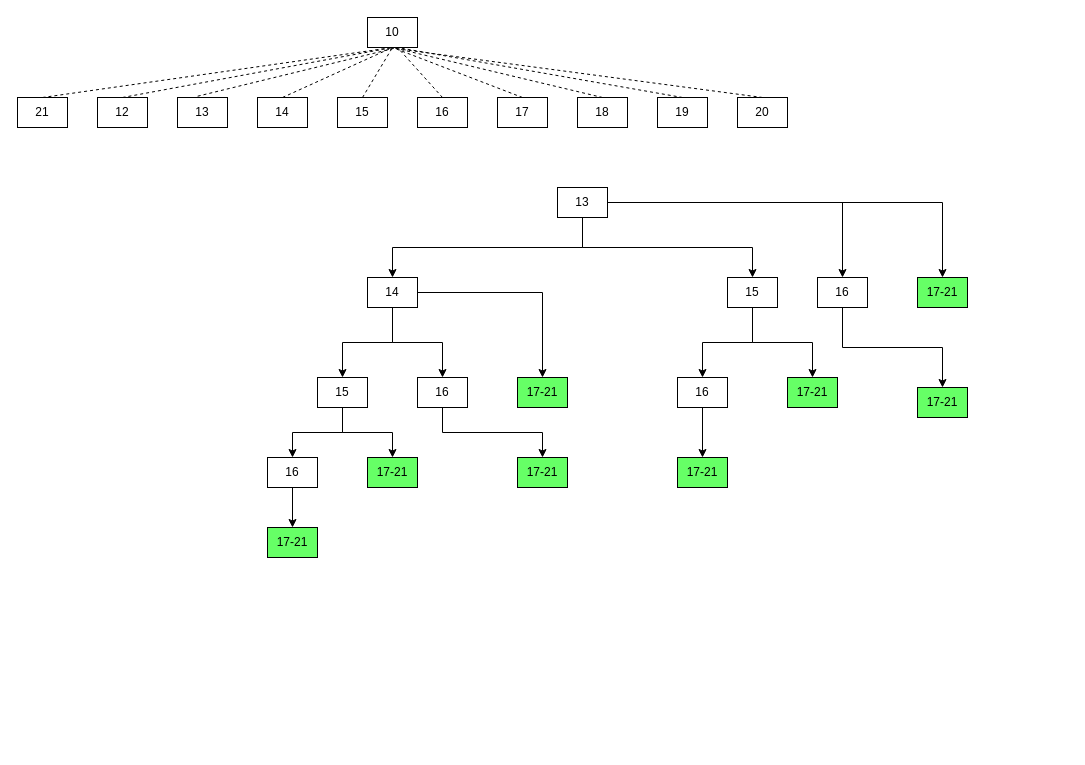
Before: 16vs10.drawio in demilio11/Suika-effect, a draw.io diagram. Source tidied: cells renumbered, new cells numbered last; positions are measured from the earlier drawing's top-left corner, leaving out a move shared by most shapes. Both pictures are drawn from the tidied source at 100%, with x=0, y=0 at pixel (17, 17).
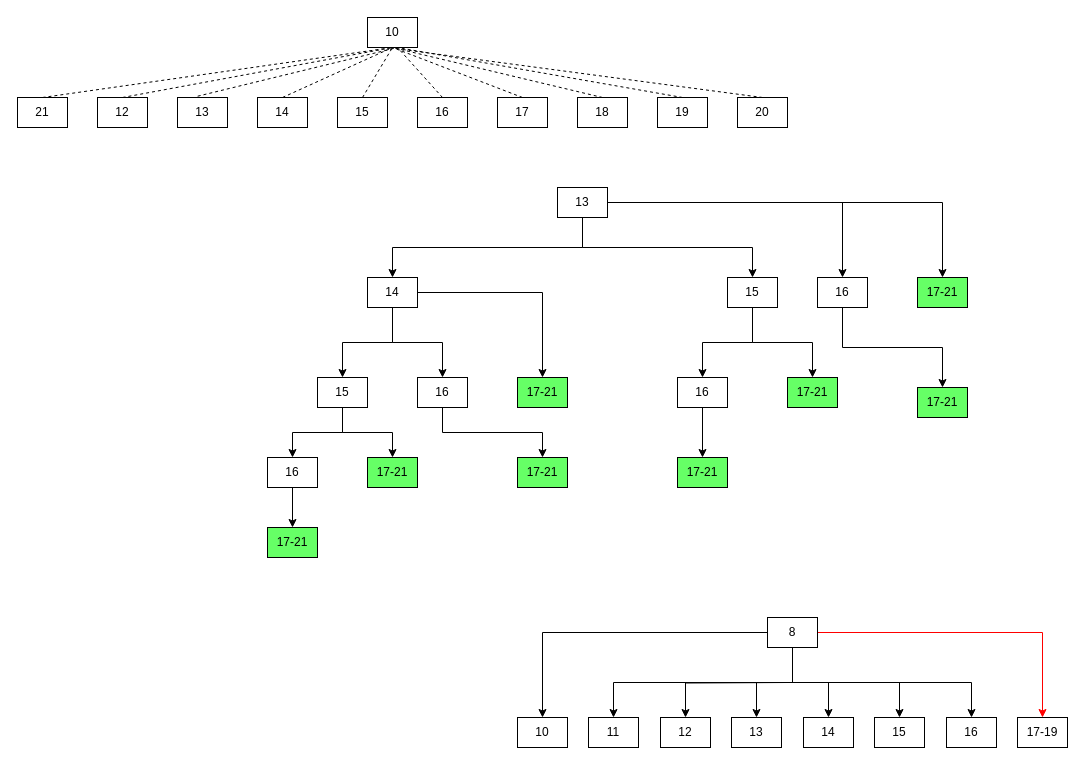
The same diagram, later.

Change to the diagram source:
```diff
@@
+    <mxCell id="54" style="edgeStyle=orthogonalEdgeStyle;rounded=0;jettySize=auto;html=1;entryX=0.5;entryY=0;entryDx=0;entryDy=0;" parent="1" edge="1" source="62" target="67">
+      <mxGeometry relative="1" as="geometry" />
+    </mxCell>
+    <mxCell id="55" style="edgeStyle=orthogonalEdgeStyle;rounded=0;jettySize=auto;html=1;entryX=0.5;entryY=0;entryDx=0;entryDy=0;" parent="1" edge="1" source="62" target="64">
+      <mxGeometry relative="1" as="geometry" />
+    </mxCell>
+    <mxCell id="56" style="edgeStyle=orthogonalEdgeStyle;rounded=0;jettySize=auto;html=1;exitX=0.5;exitY=1;exitDx=0;exitDy=0;entryX=0.5;entryY=0;entryDx=0;entryDy=0;" parent="1" edge="1" source="62" target="63">
+      <mxGeometry relative="1" as="geometry" />
+    </mxCell>
+    <mxCell id="57" style="edgeStyle=orthogonalEdgeStyle;rounded=0;jettySize=auto;html=1;exitX=0.5;exitY=1;exitDx=0;exitDy=0;entryX=0.5;entryY=0;entryDx=0;entryDy=0;" parent="1" edge="1" source="62" target="68">
+      <mxGeometry relative="1" as="geometry" />
+    </mxCell>
+    <mxCell id="58" style="edgeStyle=orthogonalEdgeStyle;rounded=0;jettySize=auto;html=1;entryX=0.5;entryY=0;entryDx=0;entryDy=0;" parent="1" edge="1" target="65">
+      <mxGeometry relative="1" as="geometry">
+        <mxPoint x="770" y="665" as="sourcePoint" />
+      </mxGeometry>
+    </mxCell>
+    <mxCell id="59" style="edgeStyle=orthogonalEdgeStyle;rounded=0;jettySize=auto;html=1;exitX=0.5;exitY=1;exitDx=0;exitDy=0;entryX=0.5;entryY=0;entryDx=0;entryDy=0;" parent="1" edge="1" source="62" target="70">
+      <mxGeometry relative="1" as="geometry" />
+    </mxCell>
+    <mxCell id="60" style="edgeStyle=orthogonalEdgeStyle;rounded=0;jettySize=auto;html=1;exitX=0.5;exitY=1;exitDx=0;exitDy=0;entryX=0.5;entryY=0;entryDx=0;entryDy=0;" parent="1" edge="1" source="62" target="66">
+      <mxGeometry relative="1" as="geometry" />
+    </mxCell>
+    <mxCell id="61" style="edgeStyle=orthogonalEdgeStyle;rounded=0;jettySize=auto;html=1;exitX=1;exitY=0.5;exitDx=0;exitDy=0;entryX=0.5;entryY=0;entryDx=0;entryDy=0;strokeColor=#FF0000;" parent="1" edge="1" source="62" target="69">
+      <mxGeometry relative="1" as="geometry" />
+    </mxCell>
+    <mxCell id="62" value="8" style="rounded=0;whiteSpace=wrap;html=1;" parent="1" vertex="1">
+      <mxGeometry x="750" y="600" width="50" height="30" as="geometry" />
+    </mxCell>
+    <mxCell id="63" value="14" style="rounded=0;whiteSpace=wrap;html=1;" parent="1" vertex="1">
+      <mxGeometry x="786" y="700" width="50" height="30" as="geometry" />
+    </mxCell>
+    <mxCell id="64" value="13" style="rounded=0;whiteSpace=wrap;html=1;" parent="1" vertex="1">
+      <mxGeometry x="714" y="700" width="50" height="30" as="geometry" />
+    </mxCell>
+    <mxCell id="65" value="12" style="rounded=0;whiteSpace=wrap;html=1;" parent="1" vertex="1">
+      <mxGeometry x="643" y="700" width="50" height="30" as="geometry" />
+    </mxCell>
+    <mxCell id="66" value="11" style="rounded=0;whiteSpace=wrap;html=1;" parent="1" vertex="1">
+      <mxGeometry x="571" y="700" width="50" height="30" as="geometry" />
+    </mxCell>
+    <mxCell id="67" value="10" style="rounded=0;whiteSpace=wrap;html=1;" parent="1" vertex="1">
+      <mxGeometry x="500" y="700" width="50" height="30" as="geometry" />
+    </mxCell>
+    <mxCell id="68" value="15" style="rounded=0;whiteSpace=wrap;html=1;" parent="1" vertex="1">
+      <mxGeometry x="857" y="700" width="50" height="30" as="geometry" />
+    </mxCell>
+    <mxCell id="69" value="17-19" style="rounded=0;whiteSpace=wrap;html=1;" parent="1" vertex="1">
+      <mxGeometry x="1000" y="700" width="50" height="30" as="geometry" />
+    </mxCell>
+    <mxCell id="70" value="16" style="rounded=0;whiteSpace=wrap;html=1;" parent="1" vertex="1">
+      <mxGeometry x="929" y="700" width="50" height="30" as="geometry" />
+    </mxCell>
```
